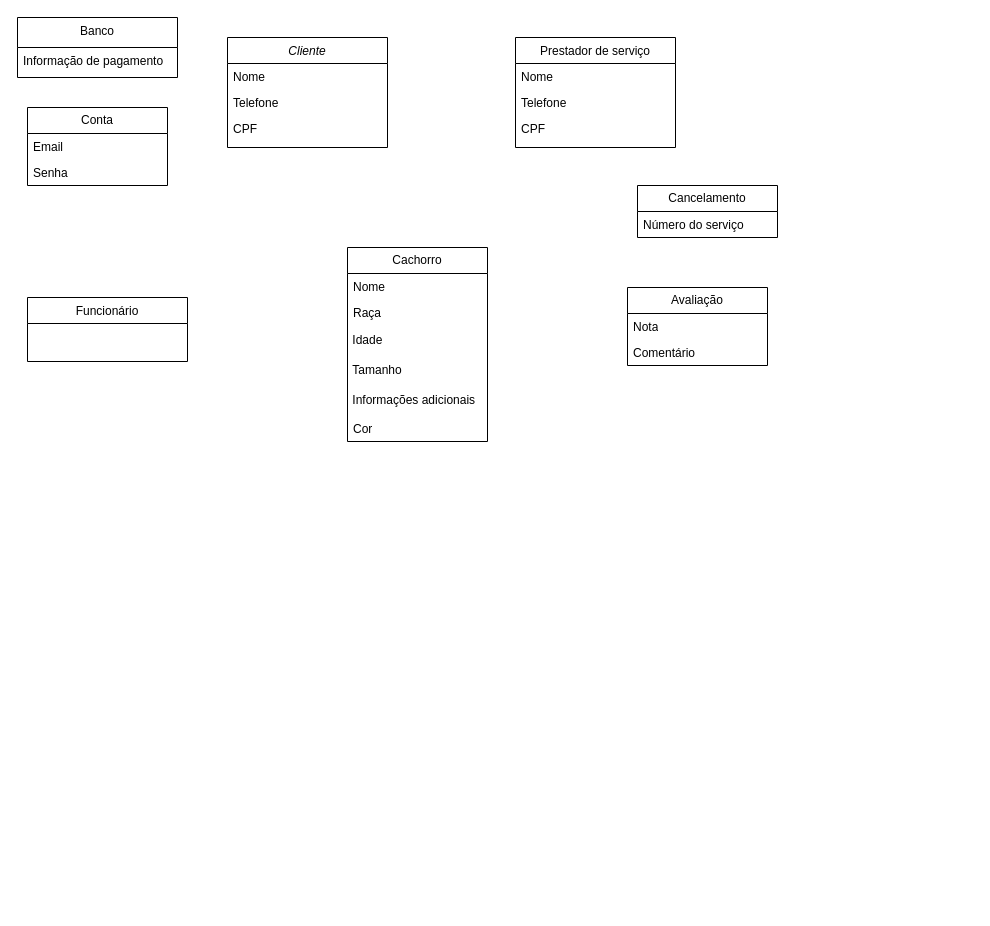
This is diagrama de classes.drawio from wholocked1/projeto_eng_software_041, a draw.io file, before an edit. Source tidied: cells renumbered, new cells numbered last; positions are measured from the earlier drawing's top-left corner, leaving out a move shared by most shapes. Both pictures are drawn from the tidied source at 100%, with x=0, y=0 at pixel (17, 17).
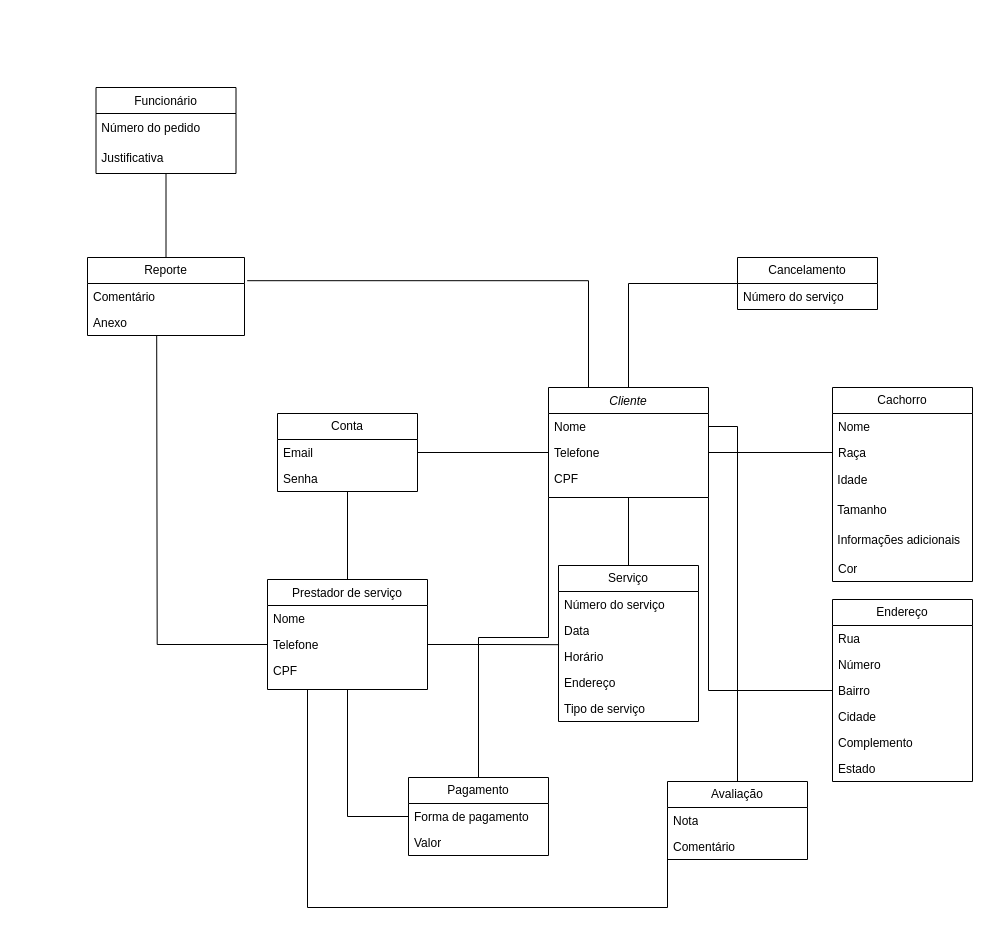
The same diagram, later.

Unchanged cells that the change refers to:
```xml
<mxCell id="3" value="Nome" style="text;align=left;verticalAlign=top;spacingLeft=4;spacingRight=4;overflow=hidden;points=[[0,0.5],[1,0.5]];portConstraint=eastwest;" parent="2" vertex="1">
  <mxGeometry y="26" width="160" height="26" as="geometry" />
</mxCell>
<mxCell id="4" value="Telefone" style="text;align=left;verticalAlign=top;spacingLeft=4;spacingRight=4;overflow=hidden;points=[[0,0.5],[1,0.5]];portConstraint=eastwest;rounded=0;shadow=0;html=0;" parent="2" vertex="1">
  <mxGeometry y="52" width="160" height="26" as="geometry" />
</mxCell>
<mxCell id="11" value="Telefone" style="text;align=left;verticalAlign=top;spacingLeft=4;spacingRight=4;overflow=hidden;points=[[0,0.5],[1,0.5]];portConstraint=eastwest;rounded=0;shadow=0;html=0;" parent="9" vertex="1">
  <mxGeometry y="52" width="160" height="26" as="geometry" />
</mxCell>
<mxCell id="14" value="Email" style="text;strokeColor=none;fillColor=none;align=left;verticalAlign=top;spacingLeft=4;spacingRight=4;overflow=hidden;points=[[0,0.5],[1,0.5]];portConstraint=eastwest;whiteSpace=wrap;html=1;" parent="13" vertex="1">
  <mxGeometry y="26" width="140" height="26" as="geometry" />
</mxCell>
<mxCell id="18" value="Raça" style="text;strokeColor=none;fillColor=none;align=left;verticalAlign=top;spacingLeft=4;spacingRight=4;overflow=hidden;points=[[0,0.5],[1,0.5]];portConstraint=eastwest;whiteSpace=wrap;html=1;" parent="16" vertex="1">
  <mxGeometry y="52" width="140" height="26" as="geometry" />
</mxCell>
<mxCell id="26" value="Nota" style="text;strokeColor=none;fillColor=none;align=left;verticalAlign=top;spacingLeft=4;spacingRight=4;overflow=hidden;points=[[0,0.5],[1,0.5]];portConstraint=eastwest;whiteSpace=wrap;html=1;" parent="25" vertex="1">
  <mxGeometry y="26" width="140" height="26" as="geometry" />
</mxCell>
```

Change to the diagram source:
```diff
@@
+    <mxCell id="28" style="edgeStyle=orthogonalEdgeStyle;rounded=0;jettySize=auto;html=1;exitX=0.5;exitY=1;exitDx=0;exitDy=0;entryX=0.5;entryY=0;entryDx=0;entryDy=0;endArrow=none;endFill=0;" parent="1" edge="1" source="2" target="50">
+      <mxGeometry relative="1" as="geometry" />
+    </mxCell>
+    <mxCell id="29" style="edgeStyle=orthogonalEdgeStyle;rounded=0;jettySize=auto;html=1;exitX=0.5;exitY=0;exitDx=0;exitDy=0;entryX=0;entryY=0.5;entryDx=0;entryDy=0;endArrow=none;endFill=0;" parent="1" edge="1" source="2" target="23">
+      <mxGeometry relative="1" as="geometry" />
+    </mxCell>
+    <mxCell id="30" style="edgeStyle=orthogonalEdgeStyle;rounded=0;jettySize=auto;html=1;exitX=1;exitY=1;exitDx=0;exitDy=0;entryX=0;entryY=0.5;entryDx=0;entryDy=0;endArrow=none;endFill=0;" parent="1" edge="1" source="2" target="42">
+      <mxGeometry relative="1" as="geometry" />
+    </mxCell>
+    <mxCell id="31" style="edgeStyle=orthogonalEdgeStyle;rounded=0;jettySize=auto;html=1;exitX=0;exitY=1;exitDx=0;exitDy=0;entryX=0.5;entryY=0;entryDx=0;entryDy=0;endArrow=none;endFill=0;" parent="1" edge="1" source="2" target="36">
+      <mxGeometry relative="1" as="geometry" />
+    </mxCell>
     <mxCell id="2" value="Cliente" style="swimlane;fontStyle=2;align=center;verticalAlign=top;horizontal=1;startSize=26;rounded=0;shadow=0;strokeWidth=1;" parent="1" vertex="1">
-      <mxGeometry x="210" y="20" width="160" height="110" as="geometry" />
+      <mxGeometry x="531" y="370" width="160" height="110" as="geometry" />
     </mxCell>
@@
-    <mxCell id="6" value="Banco" style="swimlane;fontStyle=0;align=center;verticalAlign=top;horizontal=1;startSize=30;rounded=0;shadow=0;strokeWidth=1;" parent="1" vertex="1">
-      <mxGeometry width="160" height="60" as="geometry" />
-    </mxCell>
-    <mxCell id="7" value="Informação de pagamento" style="text;align=left;verticalAlign=top;spacingLeft=4;spacingRight=4;overflow=hidden;" parent="6" vertex="1">
-      <mxGeometry y="30" width="160" height="26" as="geometry" />
-    </mxCell>
     <mxCell id="8" value="Funcionário" style="swimlane;fontStyle=0;align=center;verticalAlign=top;horizontal=1;startSize=26;rounded=0;shadow=0;strokeWidth=1;" parent="1" vertex="1">
-      <mxGeometry x="10" y="280" width="160" height="64" as="geometry" />
+      <mxGeometry x="78.5" y="70" width="140" height="86" as="geometry" />
     </mxCell>
+    <mxCell id="32" value="&amp;nbsp;Número do pedido" style="text;html=1;align=left;verticalAlign=middle;strokeColor=none;fillColor=none;" parent="8" vertex="1">
+      <mxGeometry y="26" width="140" height="30" as="geometry" />
+    </mxCell>
+    <mxCell id="33" value="&amp;nbsp;Justificativa" style="text;html=1;align=left;verticalAlign=middle;whiteSpace=wrap;rounded=0;" parent="8" vertex="1">
+      <mxGeometry y="56" width="140" height="30" as="geometry" />
+    </mxCell>
+    <mxCell id="34" style="edgeStyle=orthogonalEdgeStyle;rounded=0;jettySize=auto;html=1;exitX=0.5;exitY=0;exitDx=0;exitDy=0;endArrow=none;endFill=0;" parent="1" edge="1" source="9">
+      <mxGeometry relative="1" as="geometry">
+        <mxPoint x="330" y="474" as="targetPoint" />
+      </mxGeometry>
+    </mxCell>
     <mxCell id="9" value="Prestador de serviço" style="swimlane;fontStyle=0;align=center;verticalAlign=top;horizontal=1;startSize=26;rounded=0;shadow=0;strokeWidth=1;" parent="1" vertex="1">
-      <mxGeometry x="498" y="20" width="160" height="110" as="geometry" />
+      <mxGeometry x="250" y="562" width="160" height="110" as="geometry" />
     </mxCell>
@@
+    <mxCell id="35" style="edgeStyle=orthogonalEdgeStyle;rounded=0;jettySize=auto;html=1;exitX=0;exitY=0.5;exitDx=0;exitDy=0;endArrow=none;endFill=0;" parent="9" edge="1" source="11">
+      <mxGeometry relative="1" as="geometry">
+        <mxPoint x="-110.8" y="-244.4" as="targetPoint" />
+      </mxGeometry>
+    </mxCell>
@@
     <mxCell id="13" value="Conta" style="swimlane;fontStyle=0;horizontal=1;startSize=26;fillColor=none;whiteSpace=wrap;html=1;" parent="1" vertex="1">
-      <mxGeometry x="10" y="90" width="140" height="78" as="geometry" />
+      <mxGeometry x="260" y="396" width="140" height="78" as="geometry" />
     </mxCell>
@@
     <mxCell id="16" value="Cachorro" style="swimlane;fontStyle=0;horizontal=1;startSize=26;fillColor=none;whiteSpace=wrap;html=1;" parent="1" vertex="1">
-      <mxGeometry x="330" y="230" width="140" height="194" as="geometry" />
+      <mxGeometry x="815" y="370" width="140" height="194" as="geometry" />
     </mxCell>
@@
     <mxCell id="23" value="Cancelamento" style="swimlane;fontStyle=0;horizontal=1;startSize=26;fillColor=none;whiteSpace=wrap;html=1;" parent="1" vertex="1">
-      <mxGeometry x="620" y="168" width="140" height="52" as="geometry" />
+      <mxGeometry x="720" y="240" width="140" height="52" as="geometry" />
     </mxCell>
@@
     <mxCell id="25" value="Avaliação" style="swimlane;fontStyle=0;horizontal=1;startSize=26;fillColor=none;whiteSpace=wrap;html=1;" parent="1" vertex="1">
-      <mxGeometry x="610" y="270" width="140" height="78" as="geometry" />
+      <mxGeometry x="650" y="764" width="140" height="78" as="geometry" />
     </mxCell>
@@
+    <mxCell id="36" value="Pagamento" style="swimlane;fontStyle=0;horizontal=1;startSize=26;fillColor=none;whiteSpace=wrap;html=1;" parent="1" vertex="1">
+      <mxGeometry x="391" y="760" width="140" height="78" as="geometry" />
+    </mxCell>
+    <mxCell id="37" value="Forma de pagamento" style="text;strokeColor=none;fillColor=none;align=left;verticalAlign=top;spacingLeft=4;spacingRight=4;overflow=hidden;points=[[0,0.5],[1,0.5]];portConstraint=eastwest;whiteSpace=wrap;html=1;" parent="36" vertex="1">
+      <mxGeometry y="26" width="140" height="26" as="geometry" />
+    </mxCell>
+    <mxCell id="38" value="Valor" style="text;strokeColor=none;fillColor=none;align=left;verticalAlign=top;spacingLeft=4;spacingRight=4;overflow=hidden;whiteSpace=wrap;html=1;" parent="36" vertex="1">
+      <mxGeometry y="52" width="140" height="26" as="geometry" />
+    </mxCell>
+    <mxCell id="39" value="Endereço" style="swimlane;fontStyle=0;horizontal=1;startSize=26;fillColor=none;whiteSpace=wrap;html=1;" parent="1" vertex="1">
+      <mxGeometry x="815" y="582" width="140" height="182" as="geometry" />
+    </mxCell>
+    <mxCell id="40" value="Rua" style="text;strokeColor=none;fillColor=none;align=left;verticalAlign=top;spacingLeft=4;spacingRight=4;overflow=hidden;whiteSpace=wrap;html=1;" parent="39" vertex="1">
+      <mxGeometry y="26" width="140" height="26" as="geometry" />
+    </mxCell>
+    <mxCell id="41" value="Número" style="text;strokeColor=none;fillColor=none;align=left;verticalAlign=top;spacingLeft=4;spacingRight=4;overflow=hidden;whiteSpace=wrap;html=1;" parent="39" vertex="1">
+      <mxGeometry y="52" width="140" height="26" as="geometry" />
+    </mxCell>
+    <mxCell id="42" value="Bairro" style="text;strokeColor=none;fillColor=none;align=left;verticalAlign=top;spacingLeft=4;spacingRight=4;overflow=hidden;points=[[0,0.5],[1,0.5]];portConstraint=eastwest;whiteSpace=wrap;html=1;" parent="39" vertex="1">
+      <mxGeometry y="78" width="140" height="26" as="geometry" />
+    </mxCell>
+    <mxCell id="43" value="Cidade" style="text;strokeColor=none;fillColor=none;align=left;verticalAlign=top;spacingLeft=4;spacingRight=4;overflow=hidden;whiteSpace=wrap;html=1;" parent="39" vertex="1">
+      <mxGeometry y="104" width="140" height="26" as="geometry" />
+    </mxCell>
+    <mxCell id="44" value="Complemento" style="text;strokeColor=none;fillColor=none;align=left;verticalAlign=top;spacingLeft=4;spacingRight=4;overflow=hidden;whiteSpace=wrap;html=1;" parent="39" vertex="1">
+      <mxGeometry y="130" width="140" height="26" as="geometry" />
+    </mxCell>
+    <mxCell id="45" value="Estado" style="text;strokeColor=none;fillColor=none;align=left;verticalAlign=top;spacingLeft=4;spacingRight=4;overflow=hidden;whiteSpace=wrap;html=1;" parent="39" vertex="1">
+      <mxGeometry y="156" width="140" height="26" as="geometry" />
+    </mxCell>
+    <mxCell id="46" style="edgeStyle=orthogonalEdgeStyle;rounded=0;jettySize=auto;html=1;exitX=0.5;exitY=0;exitDx=0;exitDy=0;entryX=0.5;entryY=1;entryDx=0;entryDy=0;endArrow=none;endFill=0;" parent="1" edge="1" source="47" target="33">
+      <mxGeometry relative="1" as="geometry" />
+    </mxCell>
+    <mxCell id="47" value="Reporte" style="swimlane;fontStyle=0;horizontal=1;startSize=26;fillColor=none;whiteSpace=wrap;html=1;" parent="1" vertex="1">
+      <mxGeometry x="70" y="240" width="157" height="78" as="geometry" />
+    </mxCell>
+    <mxCell id="48" value="Comentário" style="text;strokeColor=none;fillColor=none;align=left;verticalAlign=top;spacingLeft=4;spacingRight=4;overflow=hidden;points=[[0,0.5],[1,0.5]];portConstraint=eastwest;whiteSpace=wrap;html=1;" parent="47" vertex="1">
+      <mxGeometry y="26" width="157" height="26" as="geometry" />
+    </mxCell>
+    <mxCell id="49" value="Anexo" style="text;strokeColor=none;fillColor=none;align=left;verticalAlign=top;spacingLeft=4;spacingRight=4;overflow=hidden;whiteSpace=wrap;html=1;" parent="47" vertex="1">
+      <mxGeometry y="52" width="157" height="26" as="geometry" />
+    </mxCell>
+    <mxCell id="50" value="Serviço" style="swimlane;fontStyle=0;horizontal=1;startSize=26;fillColor=none;whiteSpace=wrap;html=1;" parent="1" vertex="1">
+      <mxGeometry x="541" y="548" width="140" height="156" as="geometry" />
+    </mxCell>
+    <mxCell id="51" value="Número do serviço" style="text;strokeColor=none;fillColor=none;align=left;verticalAlign=top;spacingLeft=4;spacingRight=4;overflow=hidden;whiteSpace=wrap;html=1;" parent="50" vertex="1">
+      <mxGeometry y="26" width="140" height="26" as="geometry" />
+    </mxCell>
+    <mxCell id="52" value="Data" style="text;strokeColor=none;fillColor=none;align=left;verticalAlign=top;spacingLeft=4;spacingRight=4;overflow=hidden;points=[[0,0.5],[1,0.5]];portConstraint=eastwest;whiteSpace=wrap;html=1;" parent="50" vertex="1">
+      <mxGeometry y="52" width="140" height="26" as="geometry" />
+    </mxCell>
+    <mxCell id="53" value="Horário" style="text;strokeColor=none;fillColor=none;align=left;verticalAlign=top;spacingLeft=4;spacingRight=4;overflow=hidden;whiteSpace=wrap;html=1;" parent="50" vertex="1">
+      <mxGeometry y="78" width="140" height="26" as="geometry" />
+    </mxCell>
+    <mxCell id="54" value="Endereço" style="text;strokeColor=none;fillColor=none;align=left;verticalAlign=top;spacingLeft=4;spacingRight=4;overflow=hidden;whiteSpace=wrap;html=1;" parent="50" vertex="1">
+      <mxGeometry y="104" width="140" height="26" as="geometry" />
+    </mxCell>
+    <mxCell id="55" value="Tipo de serviço" style="text;strokeColor=none;fillColor=none;align=left;verticalAlign=top;spacingLeft=4;spacingRight=4;overflow=hidden;whiteSpace=wrap;html=1;" parent="50" vertex="1">
+      <mxGeometry y="130" width="140" height="26" as="geometry" />
+    </mxCell>
+    <mxCell id="56" style="edgeStyle=orthogonalEdgeStyle;rounded=0;jettySize=auto;html=1;exitX=1;exitY=0.5;exitDx=0;exitDy=0;entryX=0;entryY=0.5;entryDx=0;entryDy=0;endArrow=none;endFill=0;" parent="1" edge="1" source="14" target="4">
+      <mxGeometry relative="1" as="geometry" />
+    </mxCell>
+    <mxCell id="57" style="edgeStyle=orthogonalEdgeStyle;rounded=0;jettySize=auto;html=1;exitX=1;exitY=0.5;exitDx=0;exitDy=0;entryX=0;entryY=0.5;entryDx=0;entryDy=0;endArrow=none;endFill=0;" parent="1" edge="1" source="4" target="18">
+      <mxGeometry relative="1" as="geometry" />
+    </mxCell>
+    <mxCell id="58" style="edgeStyle=orthogonalEdgeStyle;rounded=0;jettySize=auto;html=1;exitX=1;exitY=0.5;exitDx=0;exitDy=0;entryX=0.004;entryY=1.046;entryDx=0;entryDy=0;entryPerimeter=0;endArrow=none;endFill=0;" parent="1" edge="1" source="11" target="52">
+      <mxGeometry relative="1" as="geometry" />
+    </mxCell>
+    <mxCell id="59" style="edgeStyle=orthogonalEdgeStyle;rounded=0;jettySize=auto;html=1;exitX=0.25;exitY=0;exitDx=0;exitDy=0;entryX=1.017;entryY=-0.108;entryDx=0;entryDy=0;entryPerimeter=0;endArrow=none;endFill=0;" parent="1" edge="1" source="2" target="48">
+      <mxGeometry relative="1" as="geometry" />
+    </mxCell>
+    <mxCell id="60" style="edgeStyle=orthogonalEdgeStyle;rounded=0;jettySize=auto;html=1;exitX=0;exitY=0.5;exitDx=0;exitDy=0;entryX=0.5;entryY=1;entryDx=0;entryDy=0;endArrow=none;endFill=0;" parent="1" edge="1" source="37" target="9">
+      <mxGeometry relative="1" as="geometry" />
+    </mxCell>
+    <mxCell id="61" style="edgeStyle=orthogonalEdgeStyle;rounded=0;jettySize=auto;html=1;exitX=1;exitY=0.5;exitDx=0;exitDy=0;entryX=0.5;entryY=0;entryDx=0;entryDy=0;endArrow=none;endFill=0;" parent="1" edge="1" source="3" target="25">
+      <mxGeometry relative="1" as="geometry" />
+    </mxCell>
+    <mxCell id="62" style="edgeStyle=orthogonalEdgeStyle;rounded=0;jettySize=auto;html=1;exitX=0;exitY=0.5;exitDx=0;exitDy=0;entryX=0.25;entryY=1;entryDx=0;entryDy=0;endArrow=none;endFill=0;" parent="1" edge="1" source="26" target="9">
+      <mxGeometry relative="1" as="geometry">
+        <Array as="points">
+          <mxPoint x="650" y="890" />
+          <mxPoint x="290" y="890" />
+        </Array>
+      </mxGeometry>
+    </mxCell>
```
